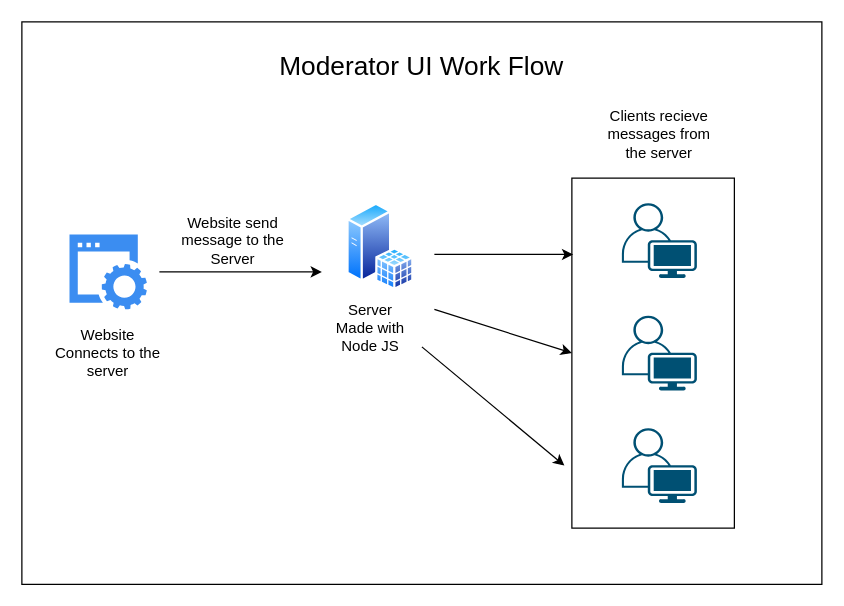
kpradp/Charts keeps this draw.io diagram as page "Page-3" (2 of 2) of Copy of Untitled Diagram.drawio. Above is the earlier version. Source tidied: cells renumbered, new cells numbered last; positions are measured from the earlier drawing's top-left corner, leaving out a move shared by most shapes. Both pictures are drawn from the tidied source at 125%, with x=0, y=0 at pixel (21, 21).
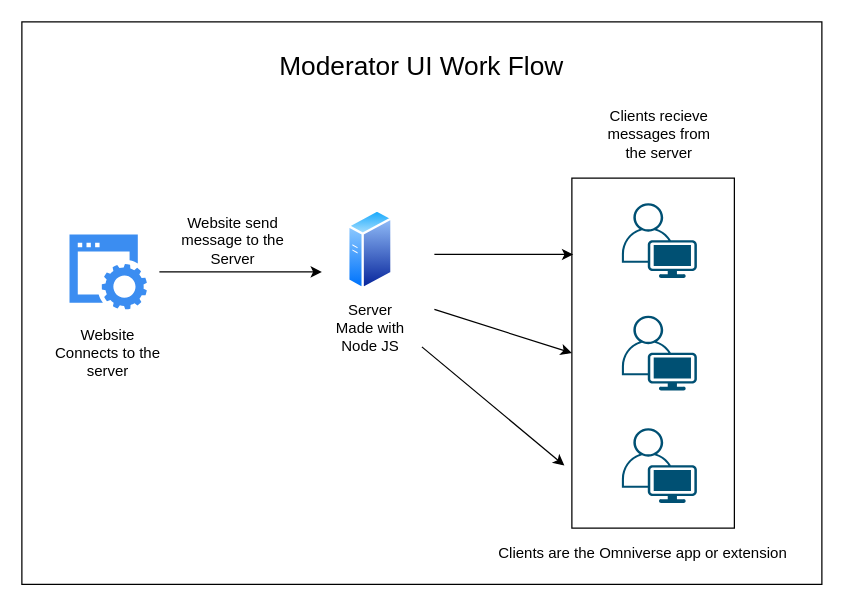
After the change.

The edit, as a diff of the source:
```diff
@@
-    <mxCell id="5" style="perimeter=ellipsePerimeter;html=1;align=center;shadow=0;dashed=0;spacingTop=3;image;image=img/lib/active_directory/sql_server.svg;" parent="1" vertex="1">
-      <mxGeometry x="260" y="145" width="53.9" height="70" as="geometry" />
-    </mxCell>
@@
+    <mxCell id="18" value="Clients are the Omniverse app or extension" style="text;html=1;strokeColor=none;fillColor=none;align=center;verticalAlign=middle;whiteSpace=wrap;rounded=0;" parent="1" vertex="1">
+      <mxGeometry x="354" y="410" width="286" height="30" as="geometry" />
+    </mxCell>
+    <mxCell id="19" style="image;perimeter=ellipsePerimeter;html=1;align=center;shadow=0;dashed=0;spacingTop=3;image=img/lib/active_directory/generic_server.svg;" parent="1" vertex="1">
+      <mxGeometry x="260.7" y="150" width="36.4" height="65" as="geometry" />
+    </mxCell>
```
